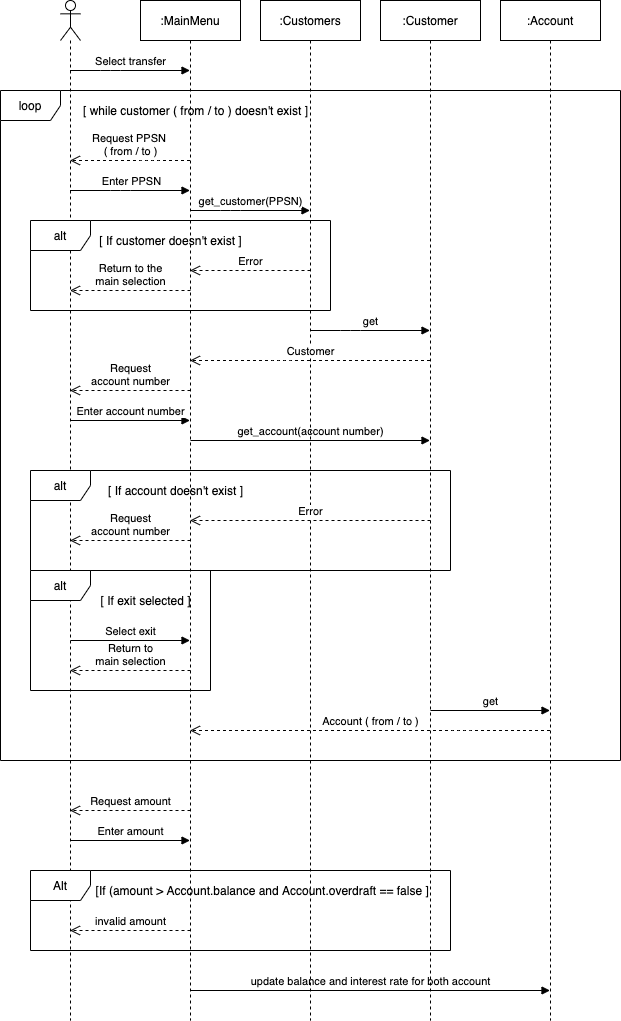
Before: sd_transfer.drawio.png, a diagram exported from draw.io (miyazakimaiko/Banking-Account-Management-System). Source tidied: cells renumbered, new cells last; positions are measured from the earlier drawing's top-left corner, leaving out a move shared by most shapes. The source it was exported from:
```xml
<mxGraphModel>
  <root>
    <mxCell id="0" />
    <mxCell id="1" parent="0" />
    <mxCell id="2" style="shape=umlLifeline;participant=umlActor;perimeter=lifelinePerimeter;whiteSpace=wrap;html=1;verticalAlign=top;spacingTop=36;outlineConnect=0;" parent="1" vertex="1">
      <mxGeometry x="60" width="20" height="1020" as="geometry" />
    </mxCell>
    <mxCell id="3" value="Enter account number" style="html=1;verticalAlign=bottom;endArrow=block;" parent="2" edge="1" target="6">
      <mxGeometry relative="1" as="geometry">
        <mxPoint x="10" y="420" as="sourcePoint" />
      </mxGeometry>
    </mxCell>
    <mxCell id="4" value="Select exit" style="html=1;verticalAlign=bottom;endArrow=block;" parent="2" edge="1" target="6">
      <mxGeometry relative="1" as="geometry">
        <mxPoint x="10" y="640" as="sourcePoint" />
      </mxGeometry>
    </mxCell>
    <mxCell id="5" value="Enter amount" style="html=1;verticalAlign=bottom;endArrow=block;" parent="2" edge="1" target="6">
      <mxGeometry relative="1" as="geometry">
        <mxPoint x="10" y="840" as="sourcePoint" />
      </mxGeometry>
    </mxCell>
    <mxCell id="6" value=":MainMenu" style="shape=umlLifeline;perimeter=lifelinePerimeter;whiteSpace=wrap;html=1;outlineConnect=0;" parent="1" vertex="1">
      <mxGeometry x="140" width="100" height="1020" as="geometry" />
    </mxCell>
    <mxCell id="7" value="Error" style="html=1;verticalAlign=bottom;endArrow=open;dashed=1;endSize=8;" parent="6" edge="1" target="6">
      <mxGeometry relative="1" as="geometry">
        <mxPoint x="170" y="270" as="sourcePoint" />
      </mxGeometry>
    </mxCell>
    <mxCell id="8" value="get_account(account number)" style="html=1;verticalAlign=bottom;endArrow=block;" parent="6" edge="1" target="12">
      <mxGeometry relative="1" as="geometry">
        <mxPoint x="50" y="440" as="sourcePoint" />
      </mxGeometry>
    </mxCell>
    <mxCell id="9" value="update balance and interest rate for both account" style="html=1;verticalAlign=bottom;endArrow=block;" parent="6" edge="1" target="14">
      <mxGeometry relative="1" as="geometry">
        <mxPoint x="50" y="990" as="sourcePoint" />
      </mxGeometry>
    </mxCell>
    <mxCell id="10" value=":Customers" style="shape=umlLifeline;perimeter=lifelinePerimeter;whiteSpace=wrap;html=1;outlineConnect=0;" parent="1" vertex="1">
      <mxGeometry x="260" width="100" height="1020" as="geometry" />
    </mxCell>
    <mxCell id="11" value="Error" style="html=1;verticalAlign=bottom;endArrow=open;dashed=1;endSize=8;" parent="10" edge="1" target="6">
      <mxGeometry relative="1" as="geometry">
        <mxPoint x="170" y="520" as="sourcePoint" />
      </mxGeometry>
    </mxCell>
    <mxCell id="12" value=":Customer" style="shape=umlLifeline;perimeter=lifelinePerimeter;whiteSpace=wrap;html=1;outlineConnect=0;" parent="1" vertex="1">
      <mxGeometry x="380" width="100" height="1020" as="geometry" />
    </mxCell>
    <mxCell id="13" value="get" style="html=1;verticalAlign=bottom;endArrow=block;" parent="12" edge="1" target="14">
      <mxGeometry relative="1" as="geometry">
        <mxPoint x="50" y="710" as="sourcePoint" />
      </mxGeometry>
    </mxCell>
    <mxCell id="14" value=":Account" style="shape=umlLifeline;perimeter=lifelinePerimeter;whiteSpace=wrap;html=1;outlineConnect=0;" parent="1" vertex="1">
      <mxGeometry x="500" width="100" height="1020" as="geometry" />
    </mxCell>
    <mxCell id="15" value="Request PPSN&amp;nbsp;&lt;br&gt;( from / to )" style="html=1;verticalAlign=bottom;endArrow=open;dashed=1;endSize=8;" parent="1" edge="1" source="6" target="2">
      <mxGeometry relative="1" as="geometry">
        <Array as="points">
          <mxPoint x="150" y="160" />
        </Array>
      </mxGeometry>
    </mxCell>
    <mxCell id="16" value="[ If customer doesn't exist ]" style="text;html=1;align=center;verticalAlign=middle;strokeColor=none;" parent="1" vertex="1">
      <mxGeometry x="90" y="230" width="160" height="20" as="geometry" />
    </mxCell>
    <mxCell id="17" value="alt" style="shape=umlFrame;whiteSpace=wrap;html=1;" parent="1" vertex="1">
      <mxGeometry x="30" y="220" width="300" height="90" as="geometry" />
    </mxCell>
    <mxCell id="18" value="Return to the&lt;br&gt;main selection" style="html=1;verticalAlign=bottom;endArrow=open;dashed=1;endSize=8;" parent="1" edge="1" target="2">
      <mxGeometry relative="1" as="geometry">
        <mxPoint x="190" y="290" as="sourcePoint" />
      </mxGeometry>
    </mxCell>
    <mxCell id="19" value="Request&lt;br&gt;account number" style="html=1;verticalAlign=bottom;endArrow=open;dashed=1;endSize=8;" parent="1" edge="1" target="2">
      <mxGeometry relative="1" as="geometry">
        <mxPoint x="190" y="390" as="sourcePoint" />
      </mxGeometry>
    </mxCell>
    <mxCell id="20" value="get" style="html=1;verticalAlign=bottom;endArrow=block;" parent="1" edge="1" source="10" target="12">
      <mxGeometry relative="1" as="geometry">
        <Array as="points">
          <mxPoint x="350" y="330" />
        </Array>
      </mxGeometry>
    </mxCell>
    <mxCell id="21" value="Customer" style="html=1;verticalAlign=bottom;endArrow=open;dashed=1;endSize=8;" parent="1" edge="1" source="12" target="6">
      <mxGeometry relative="1" as="geometry">
        <Array as="points">
          <mxPoint x="280" y="360" />
        </Array>
      </mxGeometry>
    </mxCell>
    <mxCell id="22" value="[ If account doesn't exist ]" style="text;html=1;align=center;verticalAlign=middle;strokeColor=none;" parent="1" vertex="1">
      <mxGeometry x="100" y="480" width="150" height="20" as="geometry" />
    </mxCell>
    <mxCell id="23" value="Request&lt;br&gt;account number" style="html=1;verticalAlign=bottom;endArrow=open;dashed=1;endSize=8;" parent="1" edge="1" target="2">
      <mxGeometry relative="1" as="geometry">
        <mxPoint x="190" y="540" as="sourcePoint" />
      </mxGeometry>
    </mxCell>
    <mxCell id="24" value="alt" style="shape=umlFrame;whiteSpace=wrap;html=1;" parent="1" vertex="1">
      <mxGeometry x="30" y="470" width="420" height="100" as="geometry" />
    </mxCell>
    <mxCell id="25" value="[ If exit selected ]" style="text;html=1;align=center;verticalAlign=middle;strokeColor=none;" parent="1" vertex="1">
      <mxGeometry x="90" y="590" width="110" height="20" as="geometry" />
    </mxCell>
    <mxCell id="26" value="Return to&lt;br&gt;main selection" style="html=1;verticalAlign=bottom;endArrow=open;dashed=1;endSize=8;" parent="1" edge="1" target="2">
      <mxGeometry relative="1" as="geometry">
        <mxPoint x="190" y="670" as="sourcePoint" />
      </mxGeometry>
    </mxCell>
    <mxCell id="27" value="alt" style="shape=umlFrame;whiteSpace=wrap;html=1;" parent="1" vertex="1">
      <mxGeometry x="30" y="570" width="180" height="120" as="geometry" />
    </mxCell>
    <mxCell id="28" value="[ while customer ( from / to ) doesn't exist ]" style="text;html=1;align=center;verticalAlign=middle;strokeColor=none;" parent="1" vertex="1">
      <mxGeometry x="75" y="100" width="240" height="20" as="geometry" />
    </mxCell>
    <mxCell id="29" value="Account ( from / to )" style="html=1;verticalAlign=bottom;endArrow=open;dashed=1;endSize=8;" parent="1" edge="1" source="14" target="6">
      <mxGeometry relative="1" as="geometry">
        <Array as="points">
          <mxPoint x="460" y="730" />
        </Array>
      </mxGeometry>
    </mxCell>
    <mxCell id="30" value="get_customer(PPSN)" style="html=1;verticalAlign=bottom;endArrow=block;" parent="1" edge="1" source="6" target="10">
      <mxGeometry relative="1" as="geometry">
        <Array as="points">
          <mxPoint x="230" y="210" />
        </Array>
      </mxGeometry>
    </mxCell>
    <mxCell id="31" value="Enter PPSN" style="html=1;verticalAlign=bottom;endArrow=block;" parent="1" edge="1" source="2" target="6">
      <mxGeometry x="0.01" relative="1" as="geometry">
        <Array as="points">
          <mxPoint x="120" y="190" />
        </Array>
        <mxPoint x="1" as="offset" />
      </mxGeometry>
    </mxCell>
    <mxCell id="32" value="Select transfer" style="html=1;verticalAlign=bottom;endArrow=block;" parent="1" edge="1" source="2" target="6">
      <mxGeometry relative="1" as="geometry">
        <Array as="points">
          <mxPoint x="110" y="70" />
        </Array>
      </mxGeometry>
    </mxCell>
    <mxCell id="33" value="loop" style="shape=umlFrame;whiteSpace=wrap;html=1;" parent="1" vertex="1">
      <mxGeometry y="90" width="620" height="670" as="geometry" />
    </mxCell>
    <mxCell id="34" value="Request amount" style="html=1;verticalAlign=bottom;endArrow=open;dashed=1;endSize=8;" parent="1" edge="1" target="2">
      <mxGeometry relative="1" as="geometry">
        <mxPoint x="190" y="810" as="sourcePoint" />
      </mxGeometry>
    </mxCell>
    <mxCell id="35" value="&amp;nbsp;[If (amount &amp;gt; Account.balance and Account.overdraft == false ]" style="text;html=1;align=center;verticalAlign=middle;strokeColor=none;" parent="1" vertex="1">
      <mxGeometry x="85" y="880" width="350" height="20" as="geometry" />
    </mxCell>
    <mxCell id="36" value="invalid amount" style="html=1;verticalAlign=bottom;endArrow=open;dashed=1;endSize=8;" parent="1" edge="1" target="2">
      <mxGeometry relative="1" as="geometry">
        <mxPoint x="190" y="930" as="sourcePoint" />
      </mxGeometry>
    </mxCell>
    <mxCell id="37" value="Alt" style="shape=umlFrame;whiteSpace=wrap;html=1;" parent="1" vertex="1">
      <mxGeometry x="30" y="870" width="420" height="80" as="geometry" />
    </mxCell>
  </root>
</mxGraphModel>
```
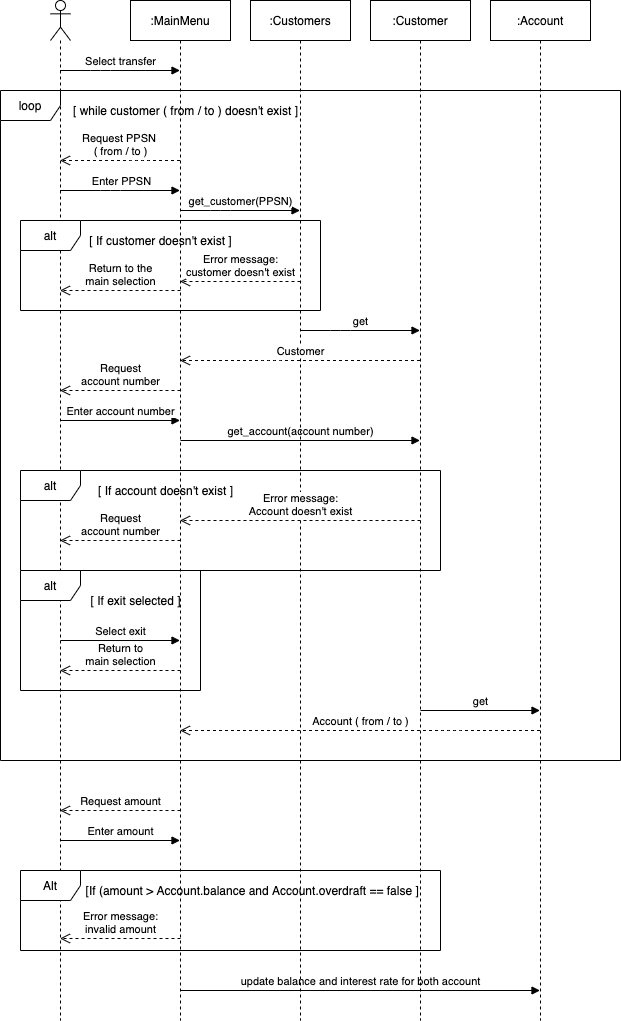
The same file after the commit.

Commit message:
Included error message

Diff of the diagram source:
```diff
@@ -23,9 +23,10 @@
     <mxCell id="6" value=":MainMenu" style="shape=umlLifeline;perimeter=lifelinePerimeter;whiteSpace=wrap;html=1;outlineConnect=0;" parent="1" vertex="1">
       <mxGeometry x="140" width="100" height="1020" as="geometry" />
     </mxCell>
-    <mxCell id="7" value="Error" style="html=1;verticalAlign=bottom;endArrow=open;dashed=1;endSize=8;" parent="6" edge="1" target="6">
+    <mxCell id="7" value="Error message:&lt;br&gt;customer doesn't exist" style="html=1;verticalAlign=bottom;endArrow=open;dashed=1;endSize=8;" parent="6" edge="1">
       <mxGeometry relative="1" as="geometry">
-        <mxPoint x="170" y="270" as="sourcePoint" />
+        <mxPoint x="170" y="281" as="sourcePoint" />
+        <mxPoint x="49.5" y="281" as="targetPoint" />
       </mxGeometry>
     </mxCell>
     <mxCell id="8" value="get_account(account number)" style="html=1;verticalAlign=bottom;endArrow=block;" parent="6" edge="1" target="12">
@@ -41,7 +42,7 @@
     <mxCell id="10" value=":Customers" style="shape=umlLifeline;perimeter=lifelinePerimeter;whiteSpace=wrap;html=1;outlineConnect=0;" parent="1" vertex="1">
       <mxGeometry x="260" width="100" height="1020" as="geometry" />
     </mxCell>
-    <mxCell id="11" value="Error" style="html=1;verticalAlign=bottom;endArrow=open;dashed=1;endSize=8;" parent="10" edge="1" target="6">
+    <mxCell id="11" value="Error message:&lt;br&gt;Account doesn't exist" style="html=1;verticalAlign=bottom;endArrow=open;dashed=1;endSize=8;" parent="10" edge="1" target="6">
       <mxGeometry relative="1" as="geometry">
         <mxPoint x="170" y="520" as="sourcePoint" />
       </mxGeometry>
@@ -149,7 +150,7 @@
       </mxGeometry>
     </mxCell>
     <mxCell id="33" value="loop" style="shape=umlFrame;whiteSpace=wrap;html=1;" parent="1" vertex="1">
-      <mxGeometry y="90" width="620" height="670" as="geometry" />
+      <mxGeometry x="10" y="90" width="620" height="670" as="geometry" />
     </mxCell>
     <mxCell id="34" value="Request amount" style="html=1;verticalAlign=bottom;endArrow=open;dashed=1;endSize=8;" parent="1" edge="1" target="2">
       <mxGeometry relative="1" as="geometry">
@@ -159,9 +160,10 @@
     <mxCell id="35" value="&amp;nbsp;[If (amount &amp;gt; Account.balance and Account.overdraft == false ]" style="text;html=1;align=center;verticalAlign=middle;strokeColor=none;" parent="1" vertex="1">
       <mxGeometry x="85" y="880" width="350" height="20" as="geometry" />
     </mxCell>
-    <mxCell id="36" value="invalid amount" style="html=1;verticalAlign=bottom;endArrow=open;dashed=1;endSize=8;" parent="1" edge="1" target="2">
+    <mxCell id="36" value="Error message:&lt;br&gt;invalid amount" style="html=1;verticalAlign=bottom;endArrow=open;dashed=1;endSize=8;" parent="1" edge="1">
       <mxGeometry relative="1" as="geometry">
-        <mxPoint x="190" y="930" as="sourcePoint" />
+        <mxPoint x="190" y="938" as="sourcePoint" />
+        <mxPoint x="69.5" y="938" as="targetPoint" />
       </mxGeometry>
     </mxCell>
     <mxCell id="37" value="Alt" style="shape=umlFrame;whiteSpace=wrap;html=1;" parent="1" vertex="1">
```
